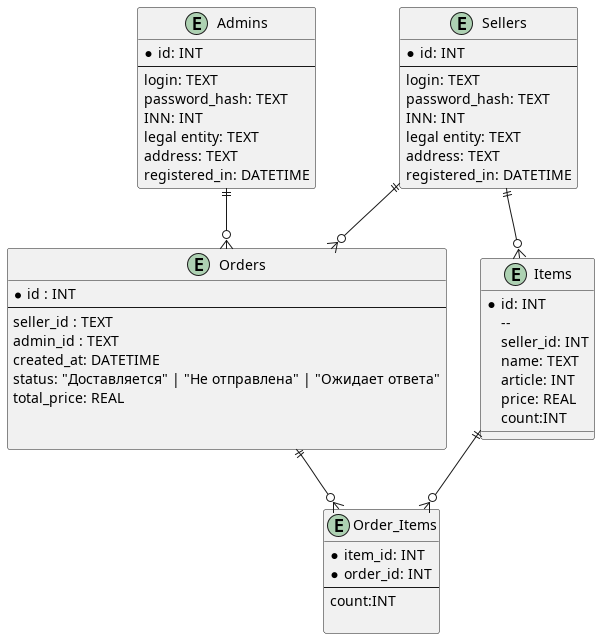
BombasticFantastik/PIS_Course_work keeps this PlantUML diagram as uml-диаграммы/out/Схема базы данных/Схема_базы_данных/Диаграмма базы данных.png. Above is the earlier version. Its diagram source:
```plantuml
@startuml Диаграмма базы данных



entity Orders {
  * id : INT
  --
  seller_id : TEXT
  admin_id : TEXT
  created_at: DATETIME
  status: "Доставляется" | "Не отправлена" | "Ожидает ответа"
  total_price: REAL


}

entity Order_Items {
  *item_id: INT
  *order_id: INT
  --
  count:INT

}



entity Items {
  *id: INT
  --
  seller_id: INT
  name: TEXT
  article: INT
  price: REAL
  count:INT

}


entity Sellers{
  *id: INT
  --
  login: TEXT
  password_hash: TEXT
  INN: INT
  legal entity: TEXT
  address: TEXT
  registered_in: DATETIME
}

entity Admins{
  *id: INT
  --
  login: TEXT
  password_hash: TEXT
  INN: INT
  legal entity: TEXT
  address: TEXT
  registered_in: DATETIME
}

Orders ||--o{ Order_Items
Items ||--o{ Order_Items

Sellers ||--o{ Items

Sellers ||--o{ Orders
Admins ||--o{ Orders

@enduml
```
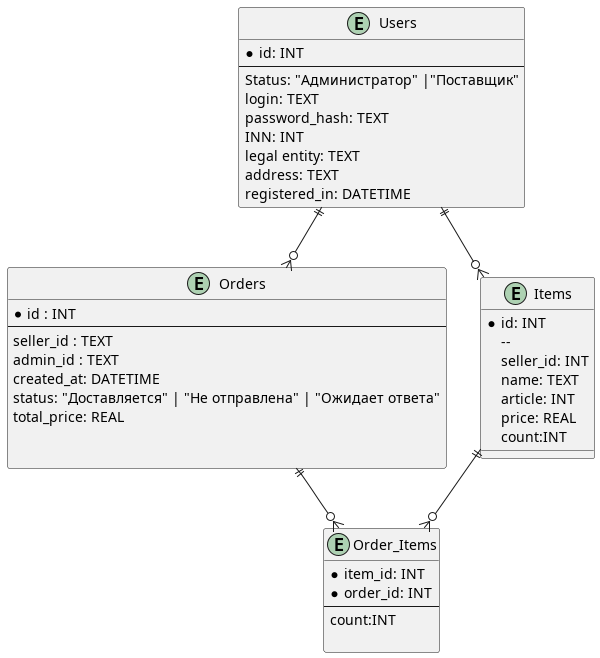
After the change.

What changed in the source:
```diff
@@ -36,20 +36,11 @@
 }
 
 
-entity Sellers{
+
+entity Users{
   *id: INT
   --
-  login: TEXT
-  password_hash: TEXT
-  INN: INT
-  legal entity: TEXT
-  address: TEXT
-  registered_in: DATETIME
-}
-
-entity Admins{
-  *id: INT
-  --
+  Status: "Администратор" |"Поставщик"
   login: TEXT
   password_hash: TEXT
   INN: INT
@@ -61,9 +52,9 @@
 Orders ||--o{ Order_Items
 Items ||--o{ Order_Items
 
-Sellers ||--o{ Items
+Users ||--o{ Items
 
-Sellers ||--o{ Orders
-Admins ||--o{ Orders
+Users ||--o{ Orders
+
 
 @enduml
```
